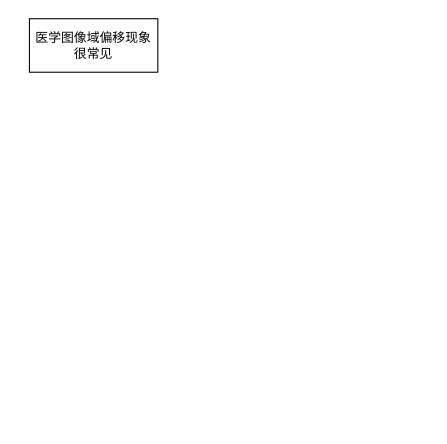
jokerkingdomss/Dive-into-DL-PyTorch keeps this draw.io diagram as dg.drawio. Above is the earlier version. Source tidied: cells renumbered, new cells numbered last; positions are measured from the earlier drawing's top-left corner, leaving out a move shared by most shapes. Both pictures are drawn from the tidied source at 107%, with x=0, y=0 at pixel (29, 18).
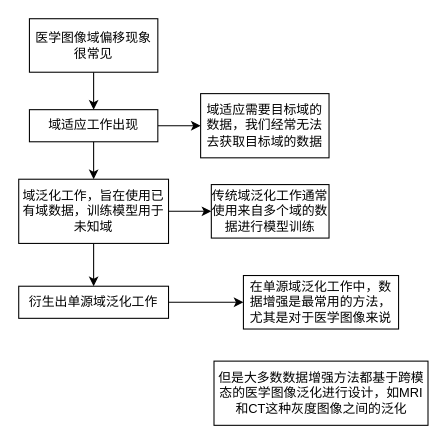
Above is the later version.

What changed in the source:
```diff
@@
 <mxGraphModel>
   <root>
     <mxCell id="0" />
     <mxCell id="1" parent="0" />
+    <mxCell id="3" style="edgeStyle=orthogonalEdgeStyle;rounded=0;jettySize=auto;html=1;entryX=0.5;entryY=0;entryDx=0;entryDy=0;" parent="1" edge="1" source="2" target="6">
+      <mxGeometry relative="1" as="geometry" />
+    </mxCell>
     <mxCell id="2" value="医学图像域偏移现象很常见" style="rounded=0;whiteSpace=wrap;html=1;" parent="1" vertex="1">
       <mxGeometry width="120" height="50" as="geometry" />
     </mxCell>
+    <mxCell id="4" style="edgeStyle=orthogonalEdgeStyle;rounded=0;jettySize=auto;html=1;entryX=0.5;entryY=0;entryDx=0;entryDy=0;" parent="1" edge="1" source="6" target="9">
+      <mxGeometry relative="1" as="geometry" />
+    </mxCell>
+    <mxCell id="5" style="edgeStyle=orthogonalEdgeStyle;rounded=0;jettySize=auto;html=1;exitX=1;exitY=0.5;exitDx=0;exitDy=0;" parent="1" edge="1" source="6" target="10">
+      <mxGeometry relative="1" as="geometry" />
+    </mxCell>
+    <mxCell id="6" value="域适应工作出现" style="rounded=0;whiteSpace=wrap;html=1;" parent="1" vertex="1">
+      <mxGeometry y="85" width="120" height="30" as="geometry" />
+    </mxCell>
+    <mxCell id="7" style="edgeStyle=orthogonalEdgeStyle;rounded=0;jettySize=auto;html=1;entryX=0;entryY=0.5;entryDx=0;entryDy=0;" parent="1" edge="1" source="9" target="11">
+      <mxGeometry relative="1" as="geometry" />
+    </mxCell>
+    <mxCell id="8" style="edgeStyle=orthogonalEdgeStyle;rounded=0;jettySize=auto;html=1;entryX=0.5;entryY=0;entryDx=0;entryDy=0;" parent="1" edge="1" source="9" target="13">
+      <mxGeometry relative="1" as="geometry" />
+    </mxCell>
+    <mxCell id="9" value="域泛化工作，旨在使用已有域数据，训练模型用于未知域" style="rounded=0;whiteSpace=wrap;html=1;" parent="1" vertex="1">
+      <mxGeometry x="-10" y="150" width="140" height="60" as="geometry" />
+    </mxCell>
+    <mxCell id="10" value="域适应需要目标域的数据，我们经常无法去获取目标域的数据" style="rounded=0;whiteSpace=wrap;html=1;" parent="1" vertex="1">
+      <mxGeometry x="160" y="70" width="120" height="60" as="geometry" />
+    </mxCell>
+    <mxCell id="11" value="传统域泛化工作通常使用来自多个域的数据进行模型训练" style="rounded=0;whiteSpace=wrap;html=1;" parent="1" vertex="1">
+      <mxGeometry x="170" y="155" width="110" height="50" as="geometry" />
+    </mxCell>
+    <mxCell id="12" style="edgeStyle=orthogonalEdgeStyle;rounded=0;jettySize=auto;html=1;entryX=0;entryY=0.5;entryDx=0;entryDy=0;" parent="1" edge="1" source="13" target="14">
+      <mxGeometry relative="1" as="geometry" />
+    </mxCell>
+    <mxCell id="13" value="衍生出单源域泛化工作" style="rounded=0;whiteSpace=wrap;html=1;" parent="1" vertex="1">
+      <mxGeometry x="-10" y="250" width="140" height="30" as="geometry" />
+    </mxCell>
+    <mxCell id="14" value="在单源域泛化工作中，数据增强是最常用的方法，尤其是对于医学图像来说" style="rounded=0;whiteSpace=wrap;html=1;" parent="1" vertex="1">
+      <mxGeometry x="200" y="240" width="145" height="50" as="geometry" />
+    </mxCell>
+    <mxCell id="15" value="但是大多数数据增强方法都基于跨模态的医学图像泛化进行设计，如MRI和CT这种灰度图像之间的泛化" style="rounded=0;whiteSpace=wrap;html=1;" parent="1" vertex="1">
+      <mxGeometry x="172.5" y="320" width="200" height="60" as="geometry" />
+    </mxCell>
   </root>
 </mxGraphModel>
```
